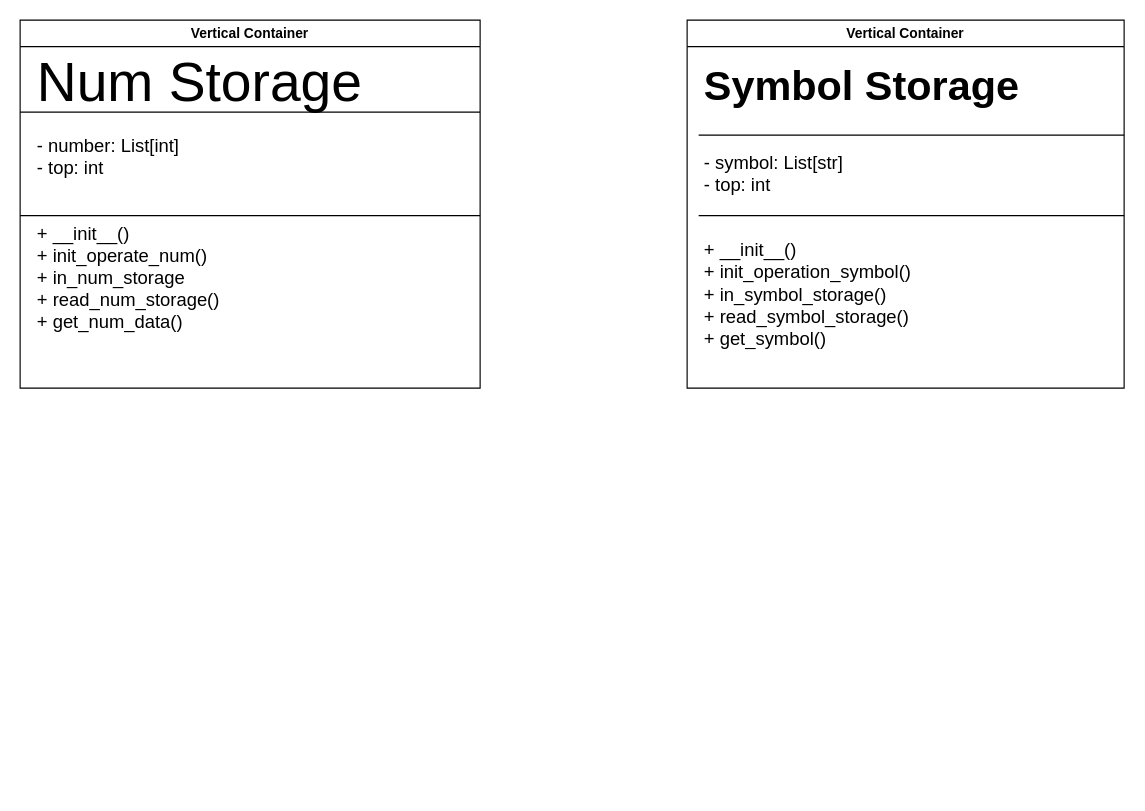
Before: Untitled Diagram.drawio in NielsenGordon/gitVideo, a draw.io diagram. Source tidied: cells renumbered, new cells numbered last; positions are measured from the earlier drawing's top-left corner, leaving out a move shared by most shapes. Both pictures are drawn from the tidied source at 115%, with x=0, y=0 at pixel (20, 20).
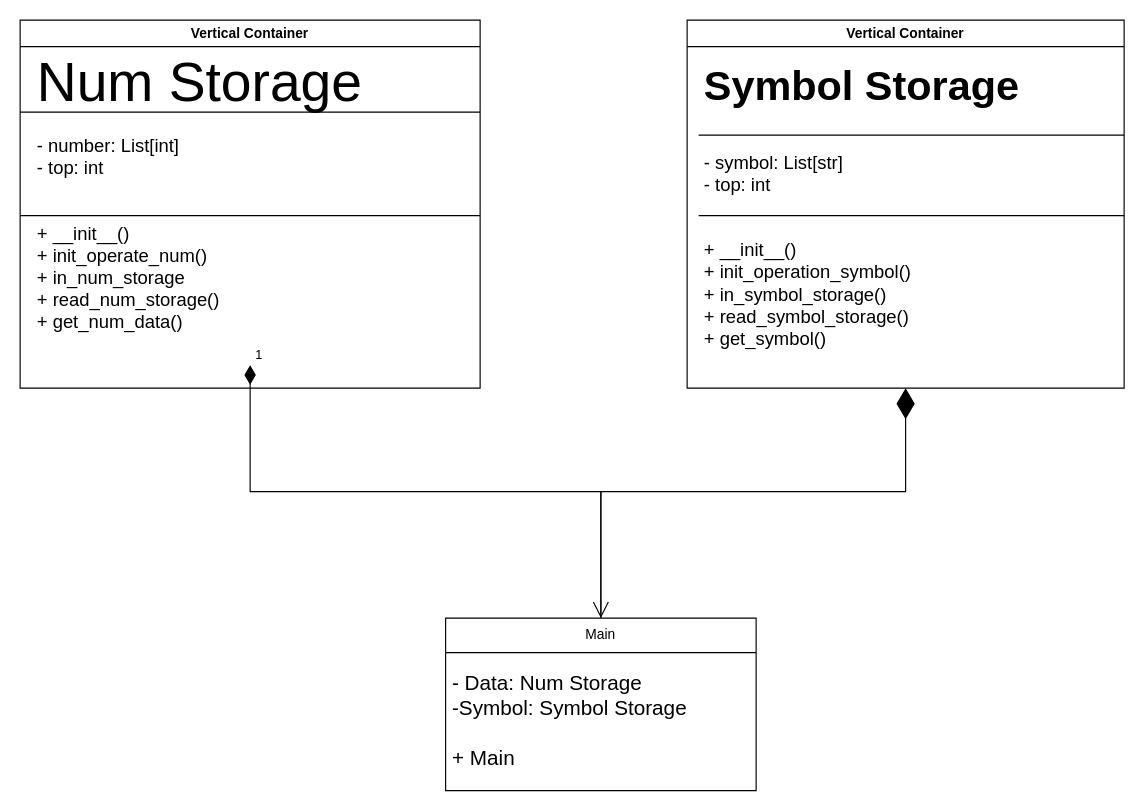
The same diagram, later.

Diff of the diagram source:
```diff
@@
 <mxGraphModel>
   <root>
     <mxCell id="0" />
     <mxCell id="1" parent="0" />
     <mxCell id="2" value="Vertical Container" style="swimlane;whiteSpace=wrap;html=1;" parent="1" vertex="1">
       <mxGeometry width="400" height="320" as="geometry" />
     </mxCell>
     <mxCell id="3" value="&lt;h1&gt;&lt;span style=&quot;background-color: initial; font-weight: normal;&quot;&gt;&lt;font style=&quot;font-size: 48px;&quot;&gt;Num Storage&lt;/font&gt;&lt;/span&gt;&lt;/h1&gt;&lt;div&gt;&lt;span style=&quot;font-size: medium; background-color: initial;&quot;&gt;- number: List[int]&lt;/span&gt;&lt;br&gt;&lt;/div&gt;&lt;div&gt;&lt;font size=&quot;3&quot; style=&quot;&quot;&gt;- top: int&lt;/font&gt;&lt;/div&gt;&lt;div&gt;&lt;font size=&quot;3&quot;&gt;&lt;br&gt;&lt;/font&gt;&lt;/div&gt;&lt;div&gt;&lt;font size=&quot;3&quot;&gt;&lt;br&gt;&lt;/font&gt;&lt;/div&gt;&lt;div&gt;&lt;font size=&quot;3&quot;&gt;+ __init__()&lt;/font&gt;&lt;/div&gt;&lt;div&gt;&lt;font size=&quot;3&quot;&gt;+ init_operate_num()&lt;/font&gt;&lt;/div&gt;&lt;div&gt;&lt;font size=&quot;3&quot;&gt;+ in_num_storage&lt;/font&gt;&lt;/div&gt;&lt;div&gt;&lt;font size=&quot;3&quot;&gt;+ read_num_storage()&lt;/font&gt;&lt;/div&gt;&lt;div&gt;&lt;font size=&quot;3&quot;&gt;+ get_num_data()&lt;/font&gt;&lt;/div&gt;&lt;div&gt;&lt;br&gt;&lt;/div&gt;" style="text;html=1;strokeColor=none;fillColor=none;spacing=5;spacingTop=-20;whiteSpace=wrap;overflow=hidden;rounded=0;" parent="2" vertex="1">
       <mxGeometry x="10" y="20" width="380" height="280" as="geometry" />
     </mxCell>
     <mxCell id="4" style="endArrow=none;html=1;rounded=0;" parent="2" edge="1">
       <mxGeometry relative="1" as="geometry">
         <mxPoint x="400" y="170" as="sourcePoint" />
         <mxPoint y="170" as="targetPoint" />
       </mxGeometry>
     </mxCell>
     <mxCell id="5" value="Vertical Container" style="swimlane;whiteSpace=wrap;html=1;" parent="1" vertex="1">
       <mxGeometry x="580" width="380" height="320" as="geometry" />
     </mxCell>
     <mxCell id="6" value="&lt;h1&gt;&lt;font style=&quot;font-size: 36px;&quot;&gt;Symbol Storage&lt;/font&gt;&lt;/h1&gt;&lt;div&gt;&lt;font size=&quot;3&quot;&gt;&lt;br&gt;&lt;/font&gt;&lt;/div&gt;&lt;div&gt;&lt;font size=&quot;3&quot;&gt;- symbol: List[str]&lt;/font&gt;&lt;/div&gt;&lt;div&gt;&lt;font size=&quot;3&quot;&gt;- top: int&lt;/font&gt;&lt;/div&gt;&lt;div&gt;&lt;font size=&quot;3&quot;&gt;&lt;br&gt;&lt;/font&gt;&lt;/div&gt;&lt;div&gt;&lt;font size=&quot;3&quot;&gt;&lt;br&gt;&lt;/font&gt;&lt;/div&gt;&lt;div&gt;&lt;font size=&quot;3&quot;&gt;+ __init__()&lt;/font&gt;&lt;/div&gt;&lt;div&gt;&lt;font size=&quot;3&quot;&gt;+ init_operation_symbol()&lt;/font&gt;&lt;/div&gt;&lt;div&gt;&lt;font size=&quot;3&quot;&gt;+ in_symbol_storage()&lt;/font&gt;&lt;/div&gt;&lt;div&gt;&lt;font size=&quot;3&quot;&gt;+ read_symbol_storage()&lt;/font&gt;&lt;/div&gt;&lt;div&gt;&lt;font size=&quot;3&quot;&gt;+ get_symbol()&lt;/font&gt;&lt;/div&gt;" style="text;html=1;strokeColor=none;fillColor=none;spacing=5;spacingTop=-20;whiteSpace=wrap;overflow=hidden;rounded=0;" parent="5" vertex="1">
       <mxGeometry x="10" y="30" width="370" height="280" as="geometry" />
     </mxCell>
     <mxCell id="7" style="endArrow=none;html=1;rounded=0;exitX=0;exitY=0.25;exitDx=0;exitDy=0;entryX=1;entryY=0.25;entryDx=0;entryDy=0;" parent="5" edge="1" source="6" target="6">
       <mxGeometry relative="1" as="geometry" />
     </mxCell>
     <mxCell id="8" style="endArrow=none;html=1;rounded=0;exitX=0;exitY=0.5;exitDx=0;exitDy=0;entryX=1;entryY=0.5;entryDx=0;entryDy=0;" parent="5" edge="1" source="6" target="6">
       <mxGeometry relative="1" as="geometry" />
     </mxCell>
     <mxCell id="9" style="endArrow=none;html=1;rounded=0;exitX=0;exitY=0.25;exitDx=0;exitDy=0;entryX=1;entryY=0.25;entryDx=0;entryDy=0;" parent="1" edge="1" source="2" target="2">
       <mxGeometry relative="1" as="geometry" />
     </mxCell>
+    <mxCell id="10" value="Main" style="swimlane;fontStyle=0;horizontal=1;startSize=30;whiteSpace=wrap;html=1;" parent="1" vertex="1">
+      <mxGeometry x="370" y="520" width="270" height="150" as="geometry" />
+    </mxCell>
+    <mxCell id="11" value="&lt;font style=&quot;font-size: 18px;&quot;&gt;- Data: Num Storage&lt;br&gt;-Symbol: Symbol Storage&lt;br&gt;&lt;br&gt;+ Main&lt;/font&gt;" style="text;strokeColor=none;fillColor=none;align=left;verticalAlign=middle;spacingLeft=4;spacingRight=4;overflow=hidden;whiteSpace=wrap;html=1;" parent="10" vertex="1">
+      <mxGeometry y="30" width="270" height="120" as="geometry" />
+    </mxCell>
+    <mxCell id="12" value="1" style="endArrow=open;html=1;endSize=12;startArrow=diamondThin;startSize=14;startFill=1;edgeStyle=orthogonalEdgeStyle;align=left;verticalAlign=bottom;rounded=0;entryX=0.5;entryY=0;entryDx=0;entryDy=0;" parent="1" edge="1" source="3" target="10">
+      <mxGeometry x="-1" y="3" relative="1" as="geometry" />
+    </mxCell>
+    <mxCell id="13" style="endArrow=diamondThin;endFill=1;endSize=24;html=1;rounded=0;exitX=0.5;exitY=0;exitDx=0;exitDy=0;entryX=0.5;entryY=1;entryDx=0;entryDy=0;" parent="1" edge="1" source="10" target="5">
+      <mxGeometry relative="1" as="geometry">
+        <Array as="points">
+          <mxPoint x="505" y="410" />
+          <mxPoint x="770" y="410" />
+        </Array>
+      </mxGeometry>
+    </mxCell>
   </root>
 </mxGraphModel>
```
